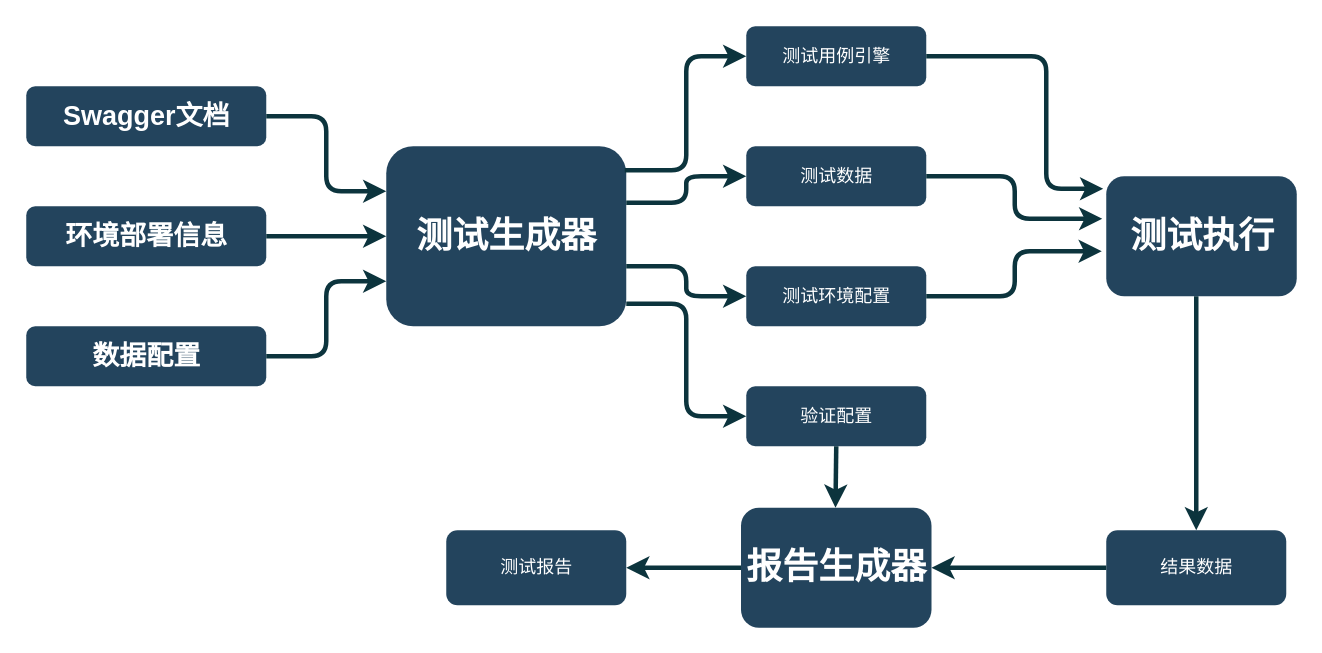
Above: APITestGenerator.drawio in xiongxiaoqing614/diagrams (draw.io), before the change. Source tidied: cells renumbered, new cells numbered last; positions are measured from the earlier drawing's top-left corner, leaving out a move shared by most shapes. Both pictures are drawn from the tidied source at 150%, with x=0, y=0 at pixel (26, 26).
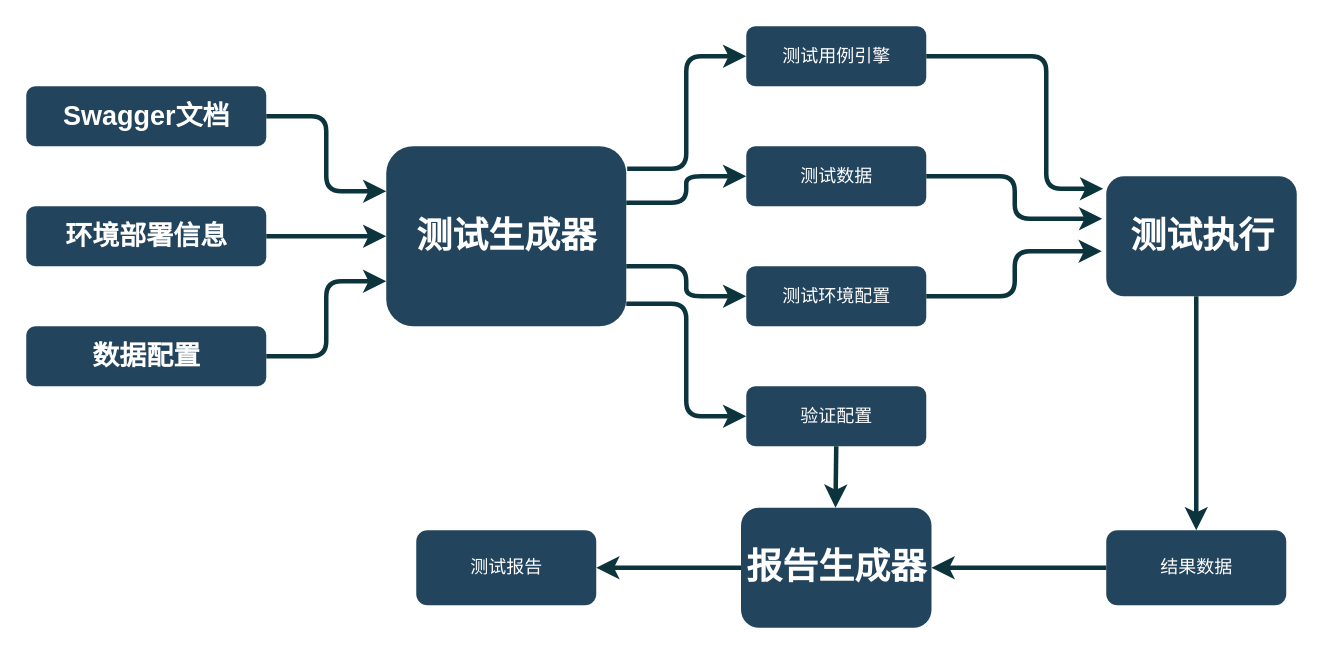
Above is the later version.

The change refers to these unchanged cells:
```xml
<mxCell id="3" value="&lt;font color=&quot;#ffffff&quot;&gt;测试用例引擎&lt;/font&gt;" style="rounded=1;fillColor=#23445D;strokeColor=none;strokeWidth=2;fontFamily=Helvetica;html=1;gradientColor=none;" parent="1" vertex="1">
  <mxGeometry x="480" width="120" height="40" as="geometry" />
</mxCell>
<mxCell id="4" value="&lt;h1&gt;&lt;font color=&quot;#ffffff&quot;&gt;测试生成器&lt;/font&gt;&lt;/h1&gt;" style="rounded=1;fillColor=#23445D;strokeColor=none;strokeWidth=2;fontFamily=Helvetica;html=1;gradientColor=none;" parent="1" vertex="1">
  <mxGeometry x="240" y="80" width="160" height="120" as="geometry" />
</mxCell>
```

What changed in the source:
```diff
@@
-    <mxCell id="7" style="edgeStyle=elbowEdgeStyle;elbow=horizontal;strokeWidth=3;strokeColor=#0C343D;fontFamily=Helvetica;html=1;" parent="1" edge="1" target="3">
-      <mxGeometry x="6.4" y="830.5" as="geometry">
-        <mxPoint x="399" y="96" as="sourcePoint" />
-      </mxGeometry>
+    <mxCell id="7" style="edgeStyle=elbowEdgeStyle;elbow=horizontal;strokeWidth=3;strokeColor=#0C343D;fontFamily=Helvetica;html=1;exitX=1.004;exitY=0.125;exitDx=0;exitDy=0;exitPerimeter=0;" parent="1" edge="1" source="4" target="3">
+      <mxGeometry x="6.4" y="830.5" as="geometry" />
     </mxCell>
@@
     <mxCell id="26" value="&lt;font color=&quot;#ffffff&quot;&gt;测试报告&lt;/font&gt;" style="rounded=1;fillColor=#23445D;strokeColor=none;strokeWidth=2;gradientColor=none;fontFamily=Helvetica;html=1;" parent="1" vertex="1">
-      <mxGeometry x="280" y="336" width="120" height="50" as="geometry" />
+      <mxGeometry x="260" y="336" width="120" height="50" as="geometry" />
     </mxCell>
```
